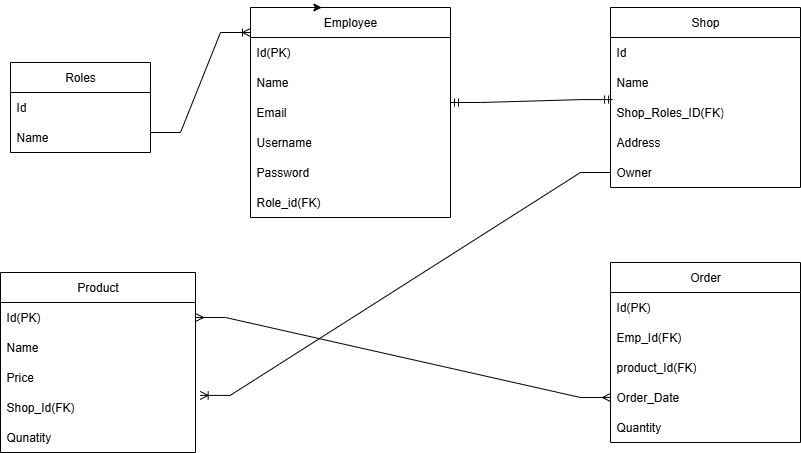
This is src/shoppingsystem.drawio.png from Ayesh1215/ShoppingSyestem, a draw.io export, as it was before one commit. Source tidied: cells renumbered, new cells last; positions are measured from the earlier drawing's top-left corner, leaving out a move shared by most shapes. The source it was exported from:
```xml
<mxGraphModel>
  <root>
    <mxCell id="0" />
    <mxCell id="1" parent="0" />
    <mxCell id="2" value="Employee" style="swimlane;fontStyle=0;horizontal=1;startSize=30;whiteSpace=wrap;html=1;" parent="1" vertex="1">
      <mxGeometry x="250" width="200" height="210" as="geometry" />
    </mxCell>
    <mxCell id="3" value="Id(PK)" style="text;strokeColor=none;fillColor=none;align=left;verticalAlign=middle;spacingLeft=4;spacingRight=4;overflow=hidden;whiteSpace=wrap;html=1;" parent="2" vertex="1">
      <mxGeometry y="30" width="200" height="30" as="geometry" />
    </mxCell>
    <mxCell id="4" value="Name" style="text;strokeColor=none;fillColor=none;align=left;verticalAlign=middle;spacingLeft=4;spacingRight=4;overflow=hidden;whiteSpace=wrap;html=1;" parent="2" vertex="1">
      <mxGeometry y="60" width="200" height="30" as="geometry" />
    </mxCell>
    <mxCell id="5" value="Email" style="text;strokeColor=none;fillColor=none;align=left;verticalAlign=middle;spacingLeft=4;spacingRight=4;overflow=hidden;whiteSpace=wrap;html=1;" parent="2" vertex="1">
      <mxGeometry y="90" width="200" height="30" as="geometry" />
    </mxCell>
    <mxCell id="6" value="Username" style="text;strokeColor=none;fillColor=none;align=left;verticalAlign=middle;spacingLeft=4;spacingRight=4;overflow=hidden;whiteSpace=wrap;html=1;" parent="2" vertex="1">
      <mxGeometry y="120" width="200" height="30" as="geometry" />
    </mxCell>
    <mxCell id="7" value="Password" style="text;strokeColor=none;fillColor=none;align=left;verticalAlign=middle;spacingLeft=4;spacingRight=4;overflow=hidden;whiteSpace=wrap;html=1;" parent="2" vertex="1">
      <mxGeometry y="150" width="200" height="30" as="geometry" />
    </mxCell>
    <mxCell id="8" value="Role_id(FK)" style="text;strokeColor=none;fillColor=none;align=left;verticalAlign=middle;spacingLeft=4;spacingRight=4;overflow=hidden;whiteSpace=wrap;html=1;" parent="2" vertex="1">
      <mxGeometry y="180" width="200" height="30" as="geometry" />
    </mxCell>
    <mxCell id="9" style="edgeStyle=orthogonalEdgeStyle;rounded=0;orthogonalLoop=1;jettySize=auto;html=1;exitX=0.25;exitY=0;exitDx=0;exitDy=0;entryX=0.357;entryY=0;entryDx=0;entryDy=0;entryPerimeter=0;" parent="1" edge="1" source="2" target="2">
      <mxGeometry relative="1" as="geometry" />
    </mxCell>
    <mxCell id="10" value="Product" style="swimlane;fontStyle=0;horizontal=1;startSize=30;whiteSpace=wrap;html=1;" parent="1" vertex="1">
      <mxGeometry y="265" width="195" height="180" as="geometry" />
    </mxCell>
    <mxCell id="11" value="Id(PK)" style="text;align=left;verticalAlign=middle;spacingLeft=4;spacingRight=4;overflow=hidden;points=[[0,0.5],[1,0.5]];portConstraint=eastwest;whiteSpace=wrap;html=1;" parent="10" vertex="1">
      <mxGeometry y="30" width="195" height="30" as="geometry" />
    </mxCell>
    <mxCell id="12" value="&lt;div&gt;Name&lt;/div&gt;" style="text;strokeColor=none;fillColor=none;align=left;verticalAlign=middle;spacingLeft=4;spacingRight=4;overflow=hidden;whiteSpace=wrap;html=1;" parent="10" vertex="1">
      <mxGeometry y="60" width="195" height="30" as="geometry" />
    </mxCell>
    <mxCell id="13" value="Price" style="text;strokeColor=none;fillColor=none;align=left;verticalAlign=middle;spacingLeft=4;spacingRight=4;overflow=hidden;whiteSpace=wrap;html=1;" parent="10" vertex="1">
      <mxGeometry y="90" width="195" height="30" as="geometry" />
    </mxCell>
    <mxCell id="14" value="Shop_Id(FK)" style="text;strokeColor=none;fillColor=none;align=left;verticalAlign=middle;spacingLeft=4;spacingRight=4;overflow=hidden;points=[[0,0.5],[1,0.5]];portConstraint=eastwest;whiteSpace=wrap;html=1;" parent="10" vertex="1">
      <mxGeometry y="120" width="195" height="30" as="geometry" />
    </mxCell>
    <mxCell id="15" value="Qunatity" style="text;strokeColor=none;fillColor=none;align=left;verticalAlign=middle;spacingLeft=4;spacingRight=4;overflow=hidden;whiteSpace=wrap;html=1;" parent="10" vertex="1">
      <mxGeometry y="150" width="195" height="30" as="geometry" />
    </mxCell>
    <mxCell id="16" value="Shop" style="swimlane;fontStyle=0;horizontal=1;startSize=30;whiteSpace=wrap;html=1;" parent="1" vertex="1">
      <mxGeometry x="610" width="190" height="180" as="geometry" />
    </mxCell>
    <mxCell id="17" value="Id" style="text;strokeColor=none;fillColor=none;align=left;verticalAlign=middle;spacingLeft=4;spacingRight=4;overflow=hidden;whiteSpace=wrap;html=1;" parent="16" vertex="1">
      <mxGeometry y="30" width="190" height="30" as="geometry" />
    </mxCell>
    <mxCell id="18" value="Name" style="text;strokeColor=none;fillColor=none;align=left;verticalAlign=middle;spacingLeft=4;spacingRight=4;overflow=hidden;whiteSpace=wrap;html=1;" parent="16" vertex="1">
      <mxGeometry y="60" width="190" height="30" as="geometry" />
    </mxCell>
    <mxCell id="19" value="Shop_Roles_ID(FK)" style="text;strokeColor=none;fillColor=none;align=left;verticalAlign=middle;spacingLeft=4;spacingRight=4;overflow=hidden;points=[[0,0.5],[1,0.5]];portConstraint=eastwest;whiteSpace=wrap;html=1;" parent="16" vertex="1">
      <mxGeometry y="90" width="190" height="30" as="geometry" />
    </mxCell>
    <mxCell id="20" value="Address" style="text;strokeColor=none;fillColor=none;align=left;verticalAlign=middle;spacingLeft=4;spacingRight=4;overflow=hidden;whiteSpace=wrap;html=1;" parent="16" vertex="1">
      <mxGeometry y="120" width="190" height="30" as="geometry" />
    </mxCell>
    <mxCell id="21" value="Owner" style="text;strokeColor=none;fillColor=none;align=left;verticalAlign=middle;spacingLeft=4;spacingRight=4;overflow=hidden;points=[[0,0.5],[1,0.5]];portConstraint=eastwest;whiteSpace=wrap;html=1;" parent="16" vertex="1">
      <mxGeometry y="150" width="190" height="30" as="geometry" />
    </mxCell>
    <mxCell id="22" value="Order" style="swimlane;fontStyle=0;horizontal=1;startSize=30;whiteSpace=wrap;html=1;" parent="1" vertex="1">
      <mxGeometry x="610" y="255" width="190" height="180" as="geometry" />
    </mxCell>
    <mxCell id="23" value="Id(PK)" style="text;strokeColor=none;fillColor=none;align=left;verticalAlign=middle;spacingLeft=4;spacingRight=4;overflow=hidden;whiteSpace=wrap;html=1;" parent="22" vertex="1">
      <mxGeometry y="30" width="190" height="30" as="geometry" />
    </mxCell>
    <mxCell id="24" value="Emp_Id(FK)" style="text;strokeColor=none;fillColor=none;align=left;verticalAlign=middle;spacingLeft=4;spacingRight=4;overflow=hidden;whiteSpace=wrap;html=1;" parent="22" vertex="1">
      <mxGeometry y="60" width="190" height="30" as="geometry" />
    </mxCell>
    <mxCell id="25" value="product_Id(FK)" style="text;strokeColor=none;fillColor=none;align=left;verticalAlign=middle;spacingLeft=4;spacingRight=4;overflow=hidden;whiteSpace=wrap;html=1;" parent="22" vertex="1">
      <mxGeometry y="90" width="190" height="30" as="geometry" />
    </mxCell>
    <mxCell id="26" value="Order_Date" style="text;strokeColor=none;fillColor=none;align=left;verticalAlign=middle;spacingLeft=4;spacingRight=4;overflow=hidden;points=[[0,0.5],[1,0.5]];portConstraint=eastwest;whiteSpace=wrap;html=1;" parent="22" vertex="1">
      <mxGeometry y="120" width="190" height="30" as="geometry" />
    </mxCell>
    <mxCell id="27" value="Quantity" style="text;strokeColor=none;fillColor=none;align=left;verticalAlign=middle;spacingLeft=4;spacingRight=4;overflow=hidden;whiteSpace=wrap;html=1;" parent="22" vertex="1">
      <mxGeometry y="150" width="190" height="30" as="geometry" />
    </mxCell>
    <mxCell id="28" value="Roles" style="swimlane;fontStyle=0;horizontal=1;startSize=30;whiteSpace=wrap;html=1;" parent="1" vertex="1">
      <mxGeometry x="10" y="55" width="140" height="90" as="geometry" />
    </mxCell>
    <mxCell id="29" value="Id" style="text;strokeColor=none;fillColor=none;align=left;verticalAlign=middle;spacingLeft=4;spacingRight=4;overflow=hidden;whiteSpace=wrap;html=1;" parent="28" vertex="1">
      <mxGeometry y="30" width="140" height="30" as="geometry" />
    </mxCell>
    <mxCell id="30" value="Name" style="text;strokeColor=none;fillColor=none;align=left;verticalAlign=middle;spacingLeft=4;spacingRight=4;overflow=hidden;whiteSpace=wrap;html=1;" parent="28" vertex="1">
      <mxGeometry y="60" width="140" height="30" as="geometry" />
    </mxCell>
    <mxCell id="31" style="edgeStyle=entityRelationEdgeStyle;fontSize=12;html=1;endArrow=ERmany;startArrow=ERmany;rounded=0;exitX=1;exitY=0.5;exitDx=0;exitDy=0;" parent="1" edge="1" source="11" target="26">
      <mxGeometry relative="1" as="geometry" />
    </mxCell>
    <mxCell id="32" style="edgeStyle=entityRelationEdgeStyle;fontSize=12;html=1;endArrow=ERmandOne;startArrow=ERmandOne;rounded=0;entryX=0.011;entryY=0.069;entryDx=0;entryDy=0;entryPerimeter=0;" parent="1" edge="1" target="19">
      <mxGeometry relative="1" as="geometry">
        <mxPoint x="450" y="95" as="sourcePoint" />
        <Array as="points">
          <mxPoint x="310" y="355" />
        </Array>
      </mxGeometry>
    </mxCell>
    <mxCell id="33" style="edgeStyle=entityRelationEdgeStyle;fontSize=12;html=1;endArrow=ERoneToMany;rounded=0;exitX=0;exitY=0.5;exitDx=0;exitDy=0;entryX=1.024;entryY=0.097;entryDx=0;entryDy=0;entryPerimeter=0;" parent="1" edge="1" source="21" target="14">
      <mxGeometry relative="1" as="geometry" />
    </mxCell>
    <mxCell id="34" style="edgeStyle=entityRelationEdgeStyle;fontSize=12;html=1;endArrow=ERoneToMany;rounded=0;" parent="1" edge="1">
      <mxGeometry relative="1" as="geometry">
        <mxPoint x="150" y="125" as="sourcePoint" />
        <mxPoint x="250" y="25" as="targetPoint" />
      </mxGeometry>
    </mxCell>
  </root>
</mxGraphModel>
```
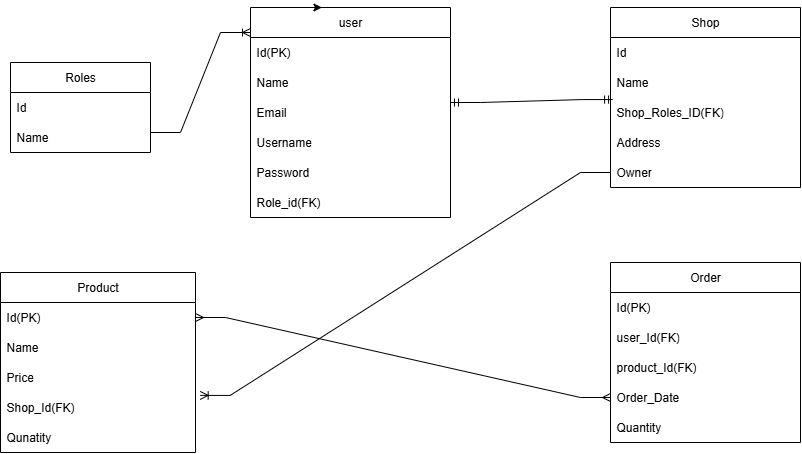
After the change.

Diff of the diagram source:
```diff
@@ -2,7 +2,7 @@
   <root>
     <mxCell id="0" />
     <mxCell id="1" parent="0" />
-    <mxCell id="2" value="Employee" style="swimlane;fontStyle=0;horizontal=1;startSize=30;whiteSpace=wrap;html=1;" parent="1" vertex="1">
+    <mxCell id="2" value="user" style="swimlane;fontStyle=0;horizontal=1;startSize=30;whiteSpace=wrap;html=1;" parent="1" vertex="1">
       <mxGeometry x="250" width="200" height="210" as="geometry" />
     </mxCell>
     <mxCell id="3" value="Id(PK)" style="text;strokeColor=none;fillColor=none;align=left;verticalAlign=middle;spacingLeft=4;spacingRight=4;overflow=hidden;whiteSpace=wrap;html=1;" parent="2" vertex="1">
@@ -68,7 +68,7 @@
     <mxCell id="23" value="Id(PK)" style="text;strokeColor=none;fillColor=none;align=left;verticalAlign=middle;spacingLeft=4;spacingRight=4;overflow=hidden;whiteSpace=wrap;html=1;" parent="22" vertex="1">
       <mxGeometry y="30" width="190" height="30" as="geometry" />
     </mxCell>
-    <mxCell id="24" value="Emp_Id(FK)" style="text;strokeColor=none;fillColor=none;align=left;verticalAlign=middle;spacingLeft=4;spacingRight=4;overflow=hidden;whiteSpace=wrap;html=1;" parent="22" vertex="1">
+    <mxCell id="24" value="user_Id(FK)" style="text;strokeColor=none;fillColor=none;align=left;verticalAlign=middle;spacingLeft=4;spacingRight=4;overflow=hidden;whiteSpace=wrap;html=1;" parent="22" vertex="1">
       <mxGeometry y="60" width="190" height="30" as="geometry" />
     </mxCell>
     <mxCell id="25" value="product_Id(FK)" style="text;strokeColor=none;fillColor=none;align=left;verticalAlign=middle;spacingLeft=4;spacingRight=4;overflow=hidden;whiteSpace=wrap;html=1;" parent="22" vertex="1">
```
